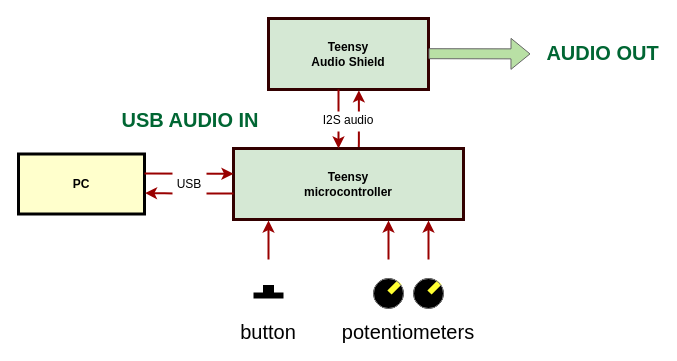
This is Teensy_Audio/teensy_biquad_LINE_potentiometers/images/teensy_potentiometers.drawio from antonin-novak/IMDEA, a draw.io file, before an edit. Source tidied: cells renumbered, new cells numbered last; positions are measured from the earlier drawing's top-left corner, leaving out a move shared by most shapes. Both pictures are drawn from the tidied source at 100%, with x=0, y=0 at pixel (18, 18).
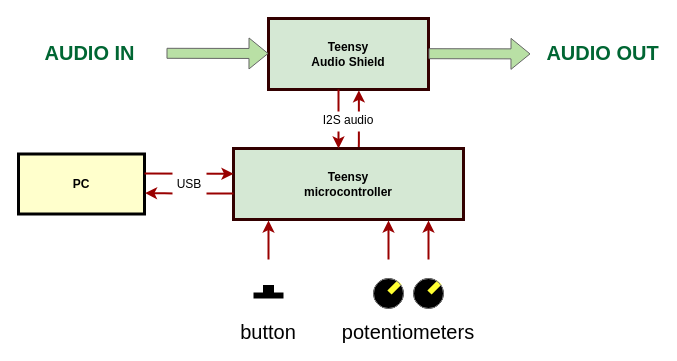
Above is the later version.

Commit message (it also covers changes not shown here):
image for potentiometers replaced

What changed in the source:
```diff
@@
-    <mxCell id="28" value="USB AUDIO IN" style="text;spacingTop=-5;align=center;fontSize=20;fontStyle=1;fontColor=#006633;" parent="1" vertex="1">
-      <mxGeometry x="117.5" y="88" width="109" height="29.8" as="geometry" />
-    </mxCell>
@@
+    <mxCell id="30" style="shape=flexArrow;endArrow=classic;html=1;rounded=0;strokeColor=#666666;fillColor=#B9E0A5;" parent="1" edge="1">
+      <mxGeometry relative="1" as="geometry">
+        <mxPoint x="148" y="34.8" as="sourcePoint" />
+        <mxPoint x="250" y="35" as="targetPoint" />
+      </mxGeometry>
+    </mxCell>
+    <mxCell id="31" value="AUDIO IN" style="text;spacingTop=-5;align=center;fontSize=20;fontStyle=1;fontColor=#006633;" parent="1" vertex="1">
+      <mxGeometry x="17" y="20.6" width="109" height="29.8" as="geometry" />
+    </mxCell>
```
